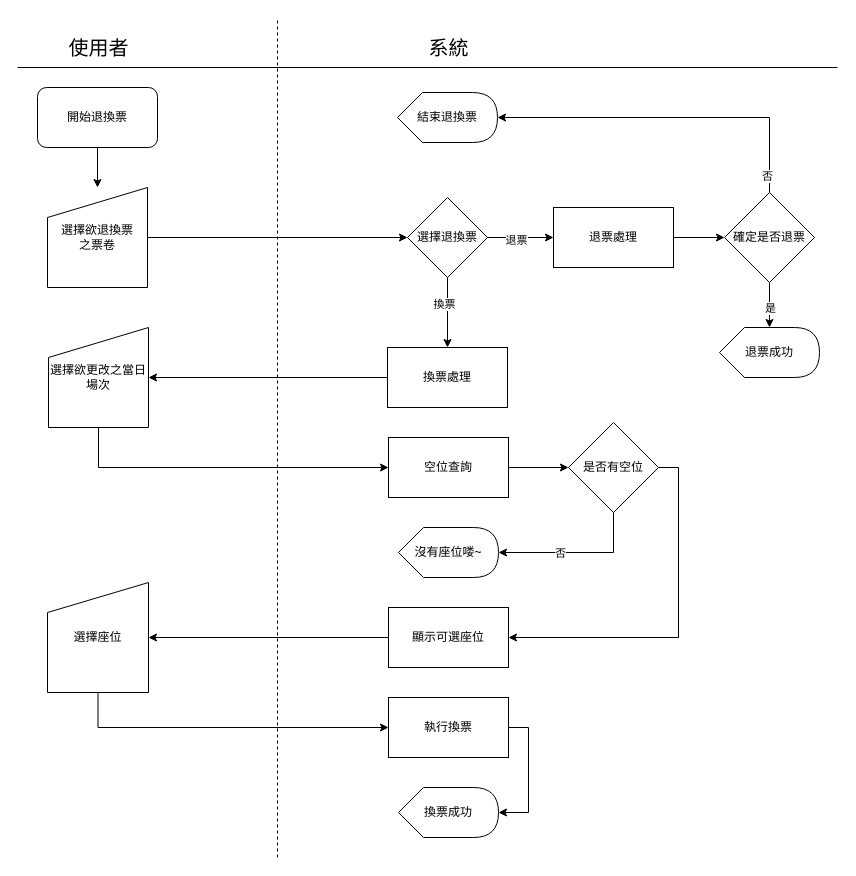
TYChicode/deepbowl keeps this draw.io diagram as 流程圖/原檔/退換票.drawio. Above is the earlier version. Source tidied: cells renumbered, new cells numbered last; positions are measured from the earlier drawing's top-left corner, leaving out a move shared by most shapes. Both pictures are drawn from the tidied source at 100%, with x=0, y=0 at pixel (17, 17).
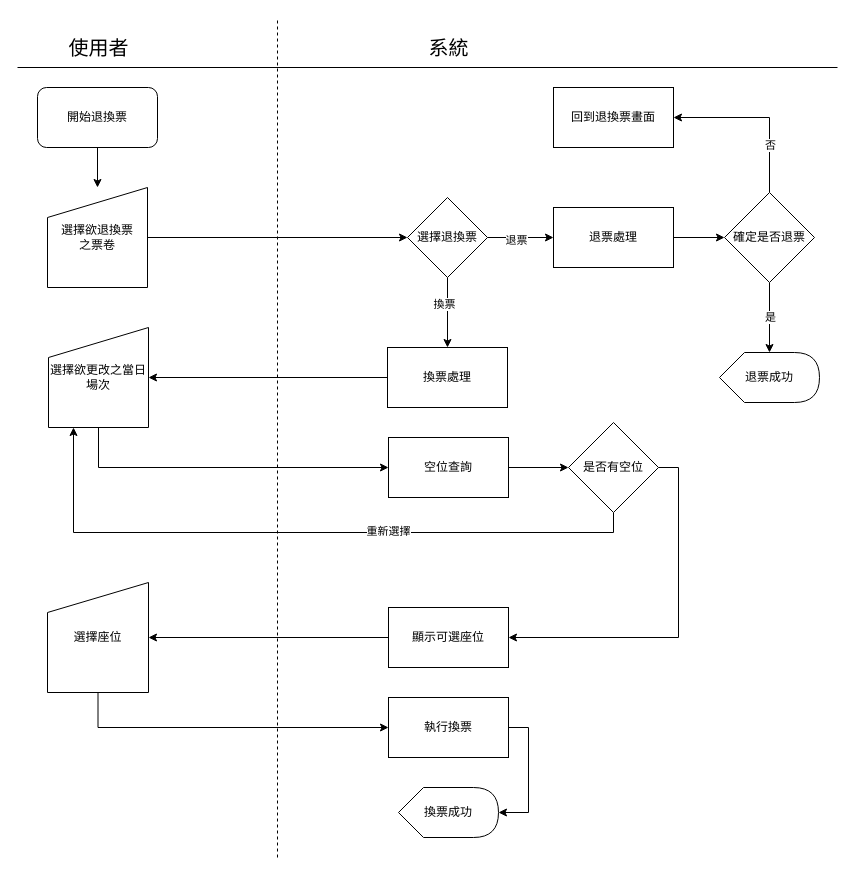
Above is the later version.

Unchanged cells that the change refers to:
```xml
<mxCell id="14" value="&lt;font face=&quot;helvetica&quot;&gt;確定是否退票&lt;/font&gt;" style="rhombus;whiteSpace=wrap;html=1;" parent="1" vertex="1">
  <mxGeometry x="707" y="175" width="90" height="90" as="geometry" />
</mxCell>
<mxCell id="19" value="選擇欲更改之當日場次" style="shape=manualInput;whiteSpace=wrap;html=1;" parent="1" vertex="1">
  <mxGeometry x="31" y="310" width="100" height="100" as="geometry" />
</mxCell>
<mxCell id="25" value="&lt;font face=&quot;helvetica&quot;&gt;是否有空位&lt;/font&gt;" style="rhombus;whiteSpace=wrap;html=1;" parent="1" vertex="1">
  <mxGeometry x="551" y="405" width="90" height="90" as="geometry" />
</mxCell>
```

Diff of the diagram source:
```diff
@@
+    <mxCell id="42" style="edgeStyle=orthogonalEdgeStyle;rounded=0;jettySize=auto;html=1;exitX=0.5;exitY=0;exitDx=0;exitDy=0;entryX=1;entryY=0.5;entryDx=0;entryDy=0;" parent="1" edge="1" source="14" target="46">
+      <mxGeometry relative="1" as="geometry" />
+    </mxCell>
+    <mxCell id="43" value="否" style="edgeLabel;html=1;align=center;verticalAlign=middle;" parent="42" vertex="1">
+      <mxGeometry x="-0.44" relative="1" as="geometry" />
+    </mxCell>
-    <mxCell id="10" style="edgeStyle=orthogonalEdgeStyle;rounded=0;jettySize=auto;html=1;exitX=0.5;exitY=1;exitDx=0;exitDy=0;" parent="1" edge="1" source="14" target="15">
-      <mxGeometry relative="1" as="geometry">
-        <Array as="points">
-          <mxPoint x="752" y="335" />
-          <mxPoint x="737" y="335" />
-        </Array>
-      </mxGeometry>
+    <mxCell id="10" style="edgeStyle=orthogonalEdgeStyle;rounded=0;jettySize=auto;html=1;exitX=0.5;exitY=1;exitDx=0;exitDy=0;entryX=0;entryY=0;entryDx=50;entryDy=0;entryPerimeter=0;" parent="1" edge="1" source="14" target="15">
+      <mxGeometry relative="1" as="geometry" />
     </mxCell>
     <mxCell id="11" value="是" style="edgeLabel;html=1;align=center;verticalAlign=middle;" parent="10" vertex="1">
-      <mxGeometry x="0.08" y="2" relative="1" as="geometry">
-        <mxPoint x="-2" y="1" as="offset" />
+      <mxGeometry x="0.26" y="-1" relative="1" as="geometry">
+        <mxPoint x="1" y="-9.1" as="offset" />
       </mxGeometry>
     </mxCell>
-    <mxCell id="12" style="edgeStyle=orthogonalEdgeStyle;rounded=0;jettySize=auto;html=1;exitX=0.5;exitY=0;exitDx=0;exitDy=0;entryX=1;entryY=0.5;entryDx=0;entryDy=0;entryPerimeter=0;" parent="1" edge="1" source="14" target="39">
-      <mxGeometry relative="1" as="geometry" />
-    </mxCell>
-    <mxCell id="13" value="否" style="edgeLabel;html=1;align=center;verticalAlign=middle;" parent="12" vertex="1">
-      <mxGeometry x="-0.9" y="3" relative="1" as="geometry" />
-    </mxCell>
@@
     <mxCell id="15" value="退票成功" style="shape=display;whiteSpace=wrap;html=1;" parent="1" vertex="1">
-      <mxGeometry x="702" y="310" width="100" height="50" as="geometry" />
+      <mxGeometry x="702" y="335" width="100" height="50" as="geometry" />
     </mxCell>
@@
-    <mxCell id="22" style="edgeStyle=orthogonalEdgeStyle;rounded=0;jettySize=auto;html=1;exitX=0.5;exitY=1;exitDx=0;exitDy=0;entryX=1;entryY=0.5;entryDx=0;entryDy=0;entryPerimeter=0;" parent="1" edge="1" source="25" target="26">
-      <mxGeometry relative="1" as="geometry" />
-    </mxCell>
-    <mxCell id="23" value="否" style="edgeLabel;html=1;align=center;verticalAlign=middle;" parent="22" vertex="1">
-      <mxGeometry x="0.09" y="2" relative="1" as="geometry">
-        <mxPoint x="-10" y="-2" as="offset" />
-      </mxGeometry>
-    </mxCell>
@@
+    <mxCell id="44" style="edgeStyle=orthogonalEdgeStyle;rounded=0;jettySize=auto;html=1;exitX=0.5;exitY=1;exitDx=0;exitDy=0;entryX=0.25;entryY=1;entryDx=0;entryDy=0;" parent="1" edge="1" source="25" target="19">
+      <mxGeometry relative="1" as="geometry" />
+    </mxCell>
+    <mxCell id="45" value="重新選擇" style="edgeLabel;html=1;align=center;verticalAlign=middle;" parent="44" vertex="1">
+      <mxGeometry x="-0.26" y="-2" relative="1" as="geometry" />
+    </mxCell>
@@
-    <mxCell id="26" value="&#10;&#10;&lt;span style=&quot;font-family: Helvetica; font-size: 12px; font-style: normal; font-variant-ligatures: normal; font-variant-caps: normal; font-weight: 400; letter-spacing: normal; orphans: 2; text-align: center; text-indent: 0px; text-transform: none; widows: 2; word-spacing: 0px; -webkit-text-stroke-width: 0px; background-color: rgb(248, 249, 250); text-decoration-style: initial; text-decoration-color: initial; float: none; display: inline !important;&quot;&gt;沒有座位喽~&lt;/span&gt;&#10;&#10;" style="shape=display;whiteSpace=wrap;html=1;" parent="1" vertex="1">
-      <mxGeometry x="381" y="510" width="100" height="50" as="geometry" />
-    </mxCell>
@@
-    <mxCell id="39" value="結束退換票" style="shape=display;whiteSpace=wrap;html=1;" parent="1" vertex="1">
-      <mxGeometry x="380" y="75" width="100" height="50" as="geometry" />
-    </mxCell>
@@
+    <mxCell id="46" value="回到退換票畫面" style="rounded=0;whiteSpace=wrap;html=1;" parent="1" vertex="1">
+      <mxGeometry x="536" y="70" width="120" height="60" as="geometry" />
+    </mxCell>
```
